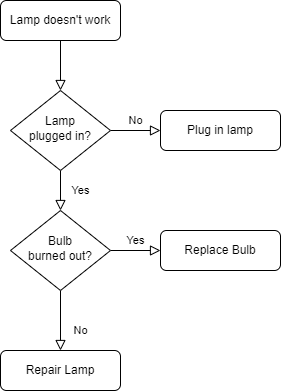
This is 백준 코딩테스트 순서도/002백준 시험 성적.drawio.png from otw03/Programmers-Algorithm, a draw.io export, as it was before one commit. Source tidied: cells renumbered, new cells last; positions are measured from the earlier drawing's top-left corner, leaving out a move shared by most shapes. Source of this version:
```xml
<mxGraphModel>
  <root>
    <mxCell id="0" />
    <mxCell id="1" parent="0" />
    <mxCell id="2" style="rounded=0;html=1;jettySize=auto;fontSize=11;endArrow=block;endFill=0;endSize=8;strokeWidth=1;shadow=0;labelBackgroundColor=none;edgeStyle=orthogonalEdgeStyle;" parent="1" edge="1" source="3" target="6">
      <mxGeometry relative="1" as="geometry" />
    </mxCell>
    <mxCell id="3" value="Lamp doesn't work" style="rounded=1;whiteSpace=wrap;html=1;fontSize=12;glass=0;strokeWidth=1;shadow=0;" parent="1" vertex="1">
      <mxGeometry width="120" height="40" as="geometry" />
    </mxCell>
    <mxCell id="4" value="Yes" style="rounded=0;html=1;jettySize=auto;fontSize=11;endArrow=block;endFill=0;endSize=8;strokeWidth=1;shadow=0;labelBackgroundColor=none;edgeStyle=orthogonalEdgeStyle;" parent="1" edge="1" source="6" target="10">
      <mxGeometry y="20" relative="1" as="geometry" />
    </mxCell>
    <mxCell id="5" value="No" style="edgeStyle=orthogonalEdgeStyle;rounded=0;html=1;jettySize=auto;fontSize=11;endArrow=block;endFill=0;endSize=8;strokeWidth=1;shadow=0;labelBackgroundColor=none;" parent="1" edge="1" source="6" target="7">
      <mxGeometry y="10" relative="1" as="geometry" />
    </mxCell>
    <mxCell id="6" value="Lamp&lt;br&gt;plugged in?" style="rhombus;whiteSpace=wrap;html=1;shadow=0;fontFamily=Helvetica;fontSize=12;align=center;strokeWidth=1;spacing=6;spacingTop=-4;" parent="1" vertex="1">
      <mxGeometry x="10" y="90" width="100" height="80" as="geometry" />
    </mxCell>
    <mxCell id="7" value="Plug in lamp" style="rounded=1;whiteSpace=wrap;html=1;fontSize=12;glass=0;strokeWidth=1;shadow=0;" parent="1" vertex="1">
      <mxGeometry x="160" y="110" width="120" height="40" as="geometry" />
    </mxCell>
    <mxCell id="8" value="No" style="rounded=0;html=1;jettySize=auto;fontSize=11;endArrow=block;endFill=0;endSize=8;strokeWidth=1;shadow=0;labelBackgroundColor=none;edgeStyle=orthogonalEdgeStyle;" parent="1" edge="1" source="10" target="11">
      <mxGeometry x="0.33" y="20" relative="1" as="geometry" />
    </mxCell>
    <mxCell id="9" value="Yes" style="edgeStyle=orthogonalEdgeStyle;rounded=0;html=1;jettySize=auto;fontSize=11;endArrow=block;endFill=0;endSize=8;strokeWidth=1;shadow=0;labelBackgroundColor=none;" parent="1" edge="1" source="10" target="12">
      <mxGeometry y="10" relative="1" as="geometry" />
    </mxCell>
    <mxCell id="10" value="Bulb&lt;br&gt;burned out?" style="rhombus;whiteSpace=wrap;html=1;shadow=0;fontFamily=Helvetica;fontSize=12;align=center;strokeWidth=1;spacing=6;spacingTop=-4;" parent="1" vertex="1">
      <mxGeometry x="10" y="210" width="100" height="80" as="geometry" />
    </mxCell>
    <mxCell id="11" value="Repair Lamp" style="rounded=1;whiteSpace=wrap;html=1;fontSize=12;glass=0;strokeWidth=1;shadow=0;" parent="1" vertex="1">
      <mxGeometry y="350" width="120" height="40" as="geometry" />
    </mxCell>
    <mxCell id="12" value="Replace Bulb" style="rounded=1;whiteSpace=wrap;html=1;fontSize=12;glass=0;strokeWidth=1;shadow=0;" parent="1" vertex="1">
      <mxGeometry x="160" y="230" width="120" height="40" as="geometry" />
    </mxCell>
  </root>
</mxGraphModel>
```
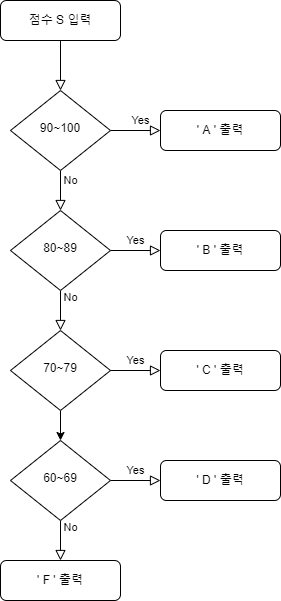
The same file after the commit.

Commit message:
002백준 시험 성적.drawio.png이 추가되었습니다.

Diff of the diagram source:
```diff
@@ -2,38 +2,73 @@
   <root>
     <mxCell id="0" />
     <mxCell id="1" parent="0" />
-    <mxCell id="2" style="rounded=0;html=1;jettySize=auto;fontSize=11;endArrow=block;endFill=0;endSize=8;strokeWidth=1;shadow=0;labelBackgroundColor=none;edgeStyle=orthogonalEdgeStyle;" parent="1" edge="1" source="3" target="6">
-      <mxGeometry relative="1" as="geometry" />
-    </mxCell>
-    <mxCell id="3" value="Lamp doesn't work" style="rounded=1;whiteSpace=wrap;html=1;fontSize=12;glass=0;strokeWidth=1;shadow=0;" parent="1" vertex="1">
-      <mxGeometry width="120" height="40" as="geometry" />
-    </mxCell>
+    <mxCell id="13" style="rounded=0;html=1;jettySize=auto;fontSize=11;endArrow=block;endFill=0;endSize=8;strokeWidth=1;shadow=0;labelBackgroundColor=none;edgeStyle=orthogonalEdgeStyle;" parent="1" edge="1" source="14" target="15">
+      <mxGeometry relative="1" as="geometry" />
+    </mxCell>
+    <mxCell id="14" value="점수 S 입력" style="rounded=1;whiteSpace=wrap;html=1;fontSize=12;glass=0;strokeWidth=1;shadow=0;" parent="1" vertex="1">
+      <mxGeometry x="-50" y="30" width="120" height="40" as="geometry" />
+    </mxCell>
-    <mxCell id="4" value="Yes" style="rounded=0;html=1;jettySize=auto;fontSize=11;endArrow=block;endFill=0;endSize=8;strokeWidth=1;shadow=0;labelBackgroundColor=none;edgeStyle=orthogonalEdgeStyle;" parent="1" edge="1" source="6" target="10">
-      <mxGeometry y="20" relative="1" as="geometry" />
+    <mxCell id="4" value="Yes" style="rounded=0;html=1;jettySize=auto;fontSize=11;endArrow=block;endFill=0;endSize=8;strokeWidth=1;shadow=0;labelBackgroundColor=none;edgeStyle=orthogonalEdgeStyle;" parent="1" edge="1" source="15" target="19">
+      <mxGeometry x="-1" y="94" relative="1" as="geometry">
+        <mxPoint x="-14" y="-50" as="offset" />
+      </mxGeometry>
     </mxCell>
-    <mxCell id="5" value="No" style="edgeStyle=orthogonalEdgeStyle;rounded=0;html=1;jettySize=auto;fontSize=11;endArrow=block;endFill=0;endSize=8;strokeWidth=1;shadow=0;labelBackgroundColor=none;" parent="1" edge="1" source="6" target="7">
-      <mxGeometry y="10" relative="1" as="geometry" />
+    <mxCell id="5" value="No" style="edgeStyle=orthogonalEdgeStyle;rounded=0;html=1;jettySize=auto;fontSize=11;endArrow=block;endFill=0;endSize=8;strokeWidth=1;shadow=0;labelBackgroundColor=none;" parent="1" edge="1" source="15" target="16">
+      <mxGeometry x="-1" y="-64" relative="1" as="geometry">
+        <mxPoint x="-40" y="-14" as="offset" />
+      </mxGeometry>
     </mxCell>
-    <mxCell id="6" value="Lamp&lt;br&gt;plugged in?" style="rhombus;whiteSpace=wrap;html=1;shadow=0;fontFamily=Helvetica;fontSize=12;align=center;strokeWidth=1;spacing=6;spacingTop=-4;" parent="1" vertex="1">
-      <mxGeometry x="10" y="90" width="100" height="80" as="geometry" />
-    </mxCell>
-    <mxCell id="7" value="Plug in lamp" style="rounded=1;whiteSpace=wrap;html=1;fontSize=12;glass=0;strokeWidth=1;shadow=0;" parent="1" vertex="1">
-      <mxGeometry x="160" y="110" width="120" height="40" as="geometry" />
-    </mxCell>
-    <mxCell id="8" value="No" style="rounded=0;html=1;jettySize=auto;fontSize=11;endArrow=block;endFill=0;endSize=8;strokeWidth=1;shadow=0;labelBackgroundColor=none;edgeStyle=orthogonalEdgeStyle;" parent="1" edge="1" source="10" target="11">
-      <mxGeometry x="0.33" y="20" relative="1" as="geometry" />
-    </mxCell>
-    <mxCell id="9" value="Yes" style="edgeStyle=orthogonalEdgeStyle;rounded=0;html=1;jettySize=auto;fontSize=11;endArrow=block;endFill=0;endSize=8;strokeWidth=1;shadow=0;labelBackgroundColor=none;" parent="1" edge="1" source="10" target="12">
-      <mxGeometry y="10" relative="1" as="geometry" />
-    </mxCell>
-    <mxCell id="10" value="Bulb&lt;br&gt;burned out?" style="rhombus;whiteSpace=wrap;html=1;shadow=0;fontFamily=Helvetica;fontSize=12;align=center;strokeWidth=1;spacing=6;spacingTop=-4;" parent="1" vertex="1">
-      <mxGeometry x="10" y="210" width="100" height="80" as="geometry" />
-    </mxCell>
-    <mxCell id="11" value="Repair Lamp" style="rounded=1;whiteSpace=wrap;html=1;fontSize=12;glass=0;strokeWidth=1;shadow=0;" parent="1" vertex="1">
-      <mxGeometry y="350" width="120" height="40" as="geometry" />
-    </mxCell>
-    <mxCell id="12" value="Replace Bulb" style="rounded=1;whiteSpace=wrap;html=1;fontSize=12;glass=0;strokeWidth=1;shadow=0;" parent="1" vertex="1">
-      <mxGeometry x="160" y="230" width="120" height="40" as="geometry" />
-    </mxCell>
+    <mxCell id="15" value="90~100" style="rhombus;whiteSpace=wrap;html=1;shadow=0;fontFamily=Helvetica;fontSize=12;align=center;strokeWidth=1;spacing=6;spacingTop=-4;" parent="1" vertex="1">
+      <mxGeometry x="-40" y="120" width="100" height="80" as="geometry" />
+    </mxCell>
+    <mxCell id="16" value="' A ' 출력" style="rounded=1;whiteSpace=wrap;html=1;fontSize=12;glass=0;strokeWidth=1;shadow=0;" parent="1" vertex="1">
+      <mxGeometry x="110" y="140" width="120" height="40" as="geometry" />
+    </mxCell>
+    <mxCell id="17" value="No" style="rounded=0;html=1;jettySize=auto;fontSize=11;endArrow=block;endFill=0;endSize=8;strokeWidth=1;shadow=0;labelBackgroundColor=none;edgeStyle=orthogonalEdgeStyle;entryX=0.5;entryY=0;entryDx=0;entryDy=0;" parent="1" edge="1" source="19" target="22">
+      <mxGeometry x="-0.67" y="10" relative="1" as="geometry" />
+    </mxCell>
+    <mxCell id="18" value="Yes" style="edgeStyle=orthogonalEdgeStyle;rounded=0;html=1;jettySize=auto;fontSize=11;endArrow=block;endFill=0;endSize=8;strokeWidth=1;shadow=0;labelBackgroundColor=none;" parent="1" edge="1" source="19" target="20">
+      <mxGeometry y="10" relative="1" as="geometry" />
+    </mxCell>
+    <mxCell id="19" value="80~89" style="rhombus;whiteSpace=wrap;html=1;shadow=0;fontFamily=Helvetica;fontSize=12;align=center;strokeWidth=1;spacing=6;spacingTop=-4;" parent="1" vertex="1">
+      <mxGeometry x="-40" y="240" width="100" height="80" as="geometry" />
+    </mxCell>
+    <mxCell id="20" value="' B ' 출력" style="rounded=1;whiteSpace=wrap;html=1;fontSize=12;glass=0;strokeWidth=1;shadow=0;" parent="1" vertex="1">
+      <mxGeometry x="110" y="260" width="120" height="40" as="geometry" />
+    </mxCell>
+    <mxCell id="21" style="edgeStyle=orthogonalEdgeStyle;rounded=0;jettySize=auto;html=1;" parent="1" edge="1" source="22" target="27">
+      <mxGeometry relative="1" as="geometry" />
+    </mxCell>
+    <mxCell id="22" value="70~79" style="rhombus;whiteSpace=wrap;html=1;shadow=0;fontFamily=Helvetica;fontSize=12;align=center;strokeWidth=1;spacing=6;spacingTop=-4;" parent="1" vertex="1">
+      <mxGeometry x="-40" y="360" width="100" height="80" as="geometry" />
+    </mxCell>
+    <mxCell id="23" value="Yes" style="edgeStyle=orthogonalEdgeStyle;rounded=0;html=1;jettySize=auto;fontSize=11;endArrow=block;endFill=0;endSize=8;strokeWidth=1;shadow=0;labelBackgroundColor=none;" parent="1" edge="1" target="24">
+      <mxGeometry y="10" relative="1" as="geometry">
+        <mxPoint x="60" y="400" as="sourcePoint" />
+      </mxGeometry>
+    </mxCell>
+    <mxCell id="24" value="' C ' 출력" style="rounded=1;whiteSpace=wrap;html=1;fontSize=12;glass=0;strokeWidth=1;shadow=0;" parent="1" vertex="1">
+      <mxGeometry x="110" y="380" width="120" height="40" as="geometry" />
+    </mxCell>
+    <mxCell id="25" value="No" style="rounded=0;html=1;jettySize=auto;fontSize=11;endArrow=block;endFill=0;endSize=8;strokeWidth=1;shadow=0;labelBackgroundColor=none;edgeStyle=orthogonalEdgeStyle;entryX=0.5;entryY=0;entryDx=0;entryDy=0;" parent="1" edge="1" source="27">
+      <mxGeometry x="-0.67" y="10" relative="1" as="geometry">
+        <mxPoint x="10" y="590" as="targetPoint" />
+      </mxGeometry>
+    </mxCell>
+    <mxCell id="26" value="Yes" style="edgeStyle=orthogonalEdgeStyle;rounded=0;html=1;jettySize=auto;fontSize=11;endArrow=block;endFill=0;endSize=8;strokeWidth=1;shadow=0;labelBackgroundColor=none;" parent="1" edge="1" source="27" target="28">
+      <mxGeometry y="10" relative="1" as="geometry" />
+    </mxCell>
+    <mxCell id="27" value="60~69" style="rhombus;whiteSpace=wrap;html=1;shadow=0;fontFamily=Helvetica;fontSize=12;align=center;strokeWidth=1;spacing=6;spacingTop=-4;" parent="1" vertex="1">
+      <mxGeometry x="-40" y="470" width="100" height="80" as="geometry" />
+    </mxCell>
+    <mxCell id="28" value="' D ' 출력" style="rounded=1;whiteSpace=wrap;html=1;fontSize=12;glass=0;strokeWidth=1;shadow=0;" parent="1" vertex="1">
+      <mxGeometry x="110" y="490" width="120" height="40" as="geometry" />
+    </mxCell>
+    <mxCell id="29" style="edgeStyle=orthogonalEdgeStyle;rounded=0;orthogonalLoop=1;jettySize=auto;html=1;exitX=0.5;exitY=0;exitDx=0;exitDy=0;entryX=0.5;entryY=0;entryDx=0;entryDy=0;" parent="1" edge="1" source="30" target="30">
+      <mxGeometry relative="1" as="geometry" />
+    </mxCell>
+    <mxCell id="30" value="' F ' 출력" style="rounded=1;whiteSpace=wrap;html=1;fontSize=12;glass=0;strokeWidth=1;shadow=0;" parent="1" vertex="1">
+      <mxGeometry x="-50" y="590" width="120" height="40" as="geometry" />
+    </mxCell>
   </root>
 </mxGraphModel>
```
